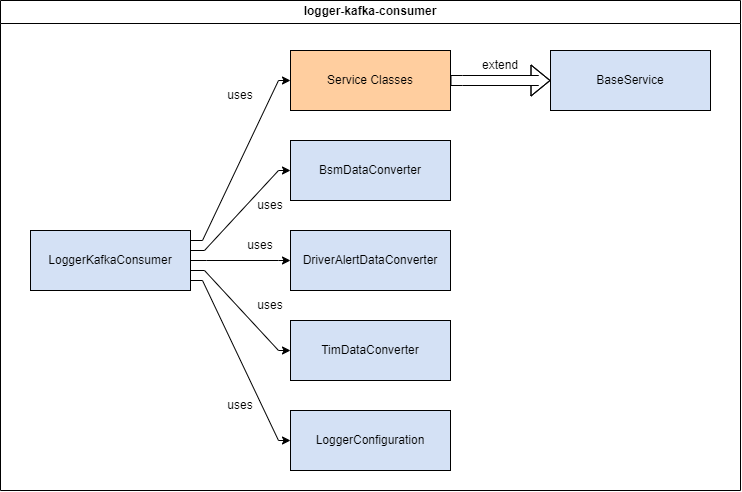
Trihydro/TIM-Manager keeps this draw.io diagram as logger-kafka-consumer/docs/diagrams/logger-kafka-consumer-architecture.drawio.png. Above is the earlier version. Source tidied: cells renumbered, new cells last; positions are measured from the earlier drawing's top-left corner, leaving out a move shared by most shapes. Its diagram source:
```xml
<mxGraphModel>
  <root>
    <mxCell id="0" />
    <mxCell id="1" parent="0" />
    <mxCell id="2" style="edgeStyle=orthogonalEdgeStyle;rounded=0;jettySize=auto;html=1;shape=flexArrow;noEdgeStyle=1;orthogonal=1;" parent="1" edge="1" source="3" target="14">
      <mxGeometry relative="1" as="geometry">
        <Array as="points">
          <mxPoint x="462" y="80" />
          <mxPoint x="538" y="80" />
        </Array>
      </mxGeometry>
    </mxCell>
    <mxCell id="3" value="Service Classes" style="rounded=0;whiteSpace=wrap;html=1;fillColor=#FFCE9F;" parent="1" vertex="1">
      <mxGeometry x="290" y="50" width="160" height="60" as="geometry" />
    </mxCell>
    <mxCell id="4" value="BsmDataConverter" style="rounded=0;whiteSpace=wrap;html=1;fillColor=#D4E1F5;" parent="1" vertex="1">
      <mxGeometry x="290" y="140" width="160" height="60" as="geometry" />
    </mxCell>
    <mxCell id="5" value="DriverAlertDataConverter" style="rounded=0;whiteSpace=wrap;html=1;fillColor=#D4E1F5;" parent="1" vertex="1">
      <mxGeometry x="290" y="230" width="160" height="60" as="geometry" />
    </mxCell>
    <mxCell id="6" value="TimDataConverter" style="rounded=0;whiteSpace=wrap;html=1;fillColor=#D4E1F5;" parent="1" vertex="1">
      <mxGeometry x="290" y="320" width="160" height="60" as="geometry" />
    </mxCell>
    <mxCell id="7" style="edgeStyle=orthogonalEdgeStyle;rounded=0;jettySize=auto;html=1;noEdgeStyle=1;orthogonal=1;" parent="1" edge="1" source="12" target="13">
      <mxGeometry relative="1" as="geometry">
        <Array as="points">
          <mxPoint x="202" y="280" />
          <mxPoint x="278" y="440" />
        </Array>
      </mxGeometry>
    </mxCell>
    <mxCell id="8" style="edgeStyle=orthogonalEdgeStyle;rounded=0;jettySize=auto;html=1;noEdgeStyle=1;orthogonal=1;" parent="1" edge="1" source="12" target="4">
      <mxGeometry relative="1" as="geometry">
        <Array as="points">
          <mxPoint x="204" y="250" />
          <mxPoint x="278" y="170" />
        </Array>
      </mxGeometry>
    </mxCell>
    <mxCell id="9" style="edgeStyle=orthogonalEdgeStyle;rounded=0;jettySize=auto;html=1;noEdgeStyle=1;orthogonal=1;" parent="1" edge="1" source="12" target="5">
      <mxGeometry relative="1" as="geometry">
        <Array as="points">
          <mxPoint x="206" y="260" />
          <mxPoint x="278" y="260" />
        </Array>
      </mxGeometry>
    </mxCell>
    <mxCell id="10" style="edgeStyle=orthogonalEdgeStyle;rounded=0;jettySize=auto;html=1;noEdgeStyle=1;orthogonal=1;" parent="1" edge="1" source="12" target="6">
      <mxGeometry relative="1" as="geometry">
        <Array as="points">
          <mxPoint x="204" y="270" />
          <mxPoint x="278" y="350" />
        </Array>
      </mxGeometry>
    </mxCell>
    <mxCell id="11" style="edgeStyle=orthogonalEdgeStyle;rounded=0;jettySize=auto;html=1;noEdgeStyle=1;orthogonal=1;" parent="1" edge="1" source="12" target="3">
      <mxGeometry relative="1" as="geometry">
        <Array as="points">
          <mxPoint x="202" y="240" />
          <mxPoint x="278" y="80" />
        </Array>
      </mxGeometry>
    </mxCell>
    <mxCell id="12" value="LoggerKafkaConsumer" style="rounded=0;whiteSpace=wrap;html=1;fillColor=#D4E1F5;" parent="1" vertex="1">
      <mxGeometry x="30" y="230" width="160" height="60" as="geometry" />
    </mxCell>
    <mxCell id="13" value="LoggerConfiguration" style="rounded=0;whiteSpace=wrap;html=1;fillColor=#D4E1F5;" parent="1" vertex="1">
      <mxGeometry x="290" y="410" width="160" height="60" as="geometry" />
    </mxCell>
    <mxCell id="14" value="BaseService" style="rounded=0;whiteSpace=wrap;html=1;fillColor=#D4E1F5;" parent="1" vertex="1">
      <mxGeometry x="550" y="50" width="160" height="60" as="geometry" />
    </mxCell>
    <mxCell id="15" value="logger-kafka-consumer" style="swimlane;whiteSpace=wrap;html=1;" parent="1" vertex="1">
      <mxGeometry width="740" height="490" as="geometry" />
    </mxCell>
    <mxCell id="16" value="extend" style="text;html=1;align=center;verticalAlign=middle;whiteSpace=wrap;rounded=0;" parent="15" vertex="1">
      <mxGeometry x="470" y="50" width="60" height="30" as="geometry" />
    </mxCell>
    <mxCell id="17" value="uses" style="text;html=1;align=center;verticalAlign=middle;whiteSpace=wrap;rounded=0;" parent="15" vertex="1">
      <mxGeometry x="210" y="80" width="60" height="30" as="geometry" />
    </mxCell>
    <mxCell id="18" value="uses" style="text;html=1;align=center;verticalAlign=middle;whiteSpace=wrap;rounded=0;" parent="15" vertex="1">
      <mxGeometry x="240" y="190" width="60" height="30" as="geometry" />
    </mxCell>
    <mxCell id="19" value="uses" style="text;html=1;align=center;verticalAlign=middle;whiteSpace=wrap;rounded=0;" parent="15" vertex="1">
      <mxGeometry x="230" y="230" width="60" height="30" as="geometry" />
    </mxCell>
    <mxCell id="20" value="uses" style="text;html=1;align=center;verticalAlign=middle;whiteSpace=wrap;rounded=0;" parent="15" vertex="1">
      <mxGeometry x="240" y="290" width="60" height="30" as="geometry" />
    </mxCell>
    <mxCell id="21" value="uses" style="text;html=1;align=center;verticalAlign=middle;whiteSpace=wrap;rounded=0;" parent="15" vertex="1">
      <mxGeometry x="210" y="390" width="60" height="30" as="geometry" />
    </mxCell>
  </root>
</mxGraphModel>
```
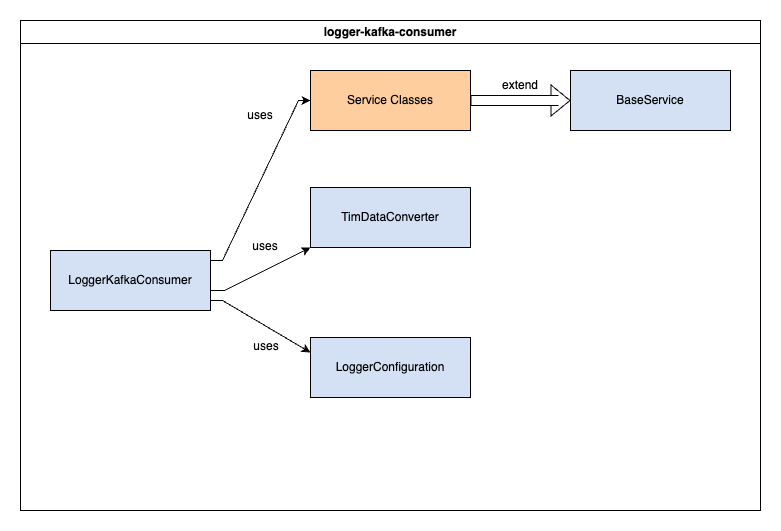
After the commit.

Diff of the diagram source:
```diff
@@ -13,44 +13,17 @@
     <mxCell id="3" value="Service Classes" style="rounded=0;whiteSpace=wrap;html=1;fillColor=#FFCE9F;" parent="1" vertex="1">
       <mxGeometry x="290" y="50" width="160" height="60" as="geometry" />
     </mxCell>
-    <mxCell id="4" value="BsmDataConverter" style="rounded=0;whiteSpace=wrap;html=1;fillColor=#D4E1F5;" parent="1" vertex="1">
-      <mxGeometry x="290" y="140" width="160" height="60" as="geometry" />
-    </mxCell>
-    <mxCell id="5" value="DriverAlertDataConverter" style="rounded=0;whiteSpace=wrap;html=1;fillColor=#D4E1F5;" parent="1" vertex="1">
-      <mxGeometry x="290" y="230" width="160" height="60" as="geometry" />
-    </mxCell>
-    <mxCell id="6" value="TimDataConverter" style="rounded=0;whiteSpace=wrap;html=1;fillColor=#D4E1F5;" parent="1" vertex="1">
-      <mxGeometry x="290" y="320" width="160" height="60" as="geometry" />
-    </mxCell>
-    <mxCell id="7" style="edgeStyle=orthogonalEdgeStyle;rounded=0;jettySize=auto;html=1;noEdgeStyle=1;orthogonal=1;" parent="1" edge="1" source="12" target="13">
+    <mxCell id="7" style="edgeStyle=orthogonalEdgeStyle;rounded=0;jettySize=auto;html=1;noEdgeStyle=1;orthogonal=1;entryX=0;entryY=0.25;entryDx=0;entryDy=0;" parent="1" edge="1" source="12" target="13">
       <mxGeometry relative="1" as="geometry">
         <Array as="points">
           <mxPoint x="202" y="280" />
-          <mxPoint x="278" y="440" />
         </Array>
       </mxGeometry>
     </mxCell>
-    <mxCell id="8" style="edgeStyle=orthogonalEdgeStyle;rounded=0;jettySize=auto;html=1;noEdgeStyle=1;orthogonal=1;" parent="1" edge="1" source="12" target="4">
-      <mxGeometry relative="1" as="geometry">
-        <Array as="points">
-          <mxPoint x="204" y="250" />
-          <mxPoint x="278" y="170" />
-        </Array>
-      </mxGeometry>
-    </mxCell>
-    <mxCell id="9" style="edgeStyle=orthogonalEdgeStyle;rounded=0;jettySize=auto;html=1;noEdgeStyle=1;orthogonal=1;" parent="1" edge="1" source="12" target="5">
-      <mxGeometry relative="1" as="geometry">
-        <Array as="points">
-          <mxPoint x="206" y="260" />
-          <mxPoint x="278" y="260" />
-        </Array>
-      </mxGeometry>
-    </mxCell>
     <mxCell id="10" style="edgeStyle=orthogonalEdgeStyle;rounded=0;jettySize=auto;html=1;noEdgeStyle=1;orthogonal=1;" parent="1" edge="1" source="12" target="6">
       <mxGeometry relative="1" as="geometry">
         <Array as="points">
           <mxPoint x="204" y="270" />
-          <mxPoint x="278" y="350" />
         </Array>
       </mxGeometry>
     </mxCell>
@@ -65,9 +38,6 @@
     <mxCell id="12" value="LoggerKafkaConsumer" style="rounded=0;whiteSpace=wrap;html=1;fillColor=#D4E1F5;" parent="1" vertex="1">
       <mxGeometry x="30" y="230" width="160" height="60" as="geometry" />
     </mxCell>
-    <mxCell id="13" value="LoggerConfiguration" style="rounded=0;whiteSpace=wrap;html=1;fillColor=#D4E1F5;" parent="1" vertex="1">
-      <mxGeometry x="290" y="410" width="160" height="60" as="geometry" />
-    </mxCell>
     <mxCell id="14" value="BaseService" style="rounded=0;whiteSpace=wrap;html=1;fillColor=#D4E1F5;" parent="1" vertex="1">
       <mxGeometry x="550" y="50" width="160" height="60" as="geometry" />
     </mxCell>
@@ -80,17 +50,17 @@
     <mxCell id="17" value="uses" style="text;html=1;align=center;verticalAlign=middle;whiteSpace=wrap;rounded=0;" parent="15" vertex="1">
       <mxGeometry x="210" y="80" width="60" height="30" as="geometry" />
     </mxCell>
-    <mxCell id="18" value="uses" style="text;html=1;align=center;verticalAlign=middle;whiteSpace=wrap;rounded=0;" parent="15" vertex="1">
-      <mxGeometry x="240" y="190" width="60" height="30" as="geometry" />
-    </mxCell>
-    <mxCell id="19" value="uses" style="text;html=1;align=center;verticalAlign=middle;whiteSpace=wrap;rounded=0;" parent="15" vertex="1">
-      <mxGeometry x="230" y="230" width="60" height="30" as="geometry" />
-    </mxCell>
     <mxCell id="20" value="uses" style="text;html=1;align=center;verticalAlign=middle;whiteSpace=wrap;rounded=0;" parent="15" vertex="1">
-      <mxGeometry x="240" y="290" width="60" height="30" as="geometry" />
+      <mxGeometry x="215" y="211" width="60" height="30" as="geometry" />
     </mxCell>
     <mxCell id="21" value="uses" style="text;html=1;align=center;verticalAlign=middle;whiteSpace=wrap;rounded=0;" parent="15" vertex="1">
-      <mxGeometry x="210" y="390" width="60" height="30" as="geometry" />
+      <mxGeometry x="216" y="311" width="60" height="30" as="geometry" />
     </mxCell>
+    <mxCell id="6" value="TimDataConverter" style="rounded=0;whiteSpace=wrap;html=1;fillColor=#D4E1F5;" parent="15" vertex="1">
+      <mxGeometry x="290" y="167" width="160" height="60" as="geometry" />
+    </mxCell>
+    <mxCell id="13" value="LoggerConfiguration" style="rounded=0;whiteSpace=wrap;html=1;fillColor=#D4E1F5;" parent="15" vertex="1">
+      <mxGeometry x="290" y="317" width="160" height="60" as="geometry" />
+    </mxCell>
   </root>
 </mxGraphModel>
```
